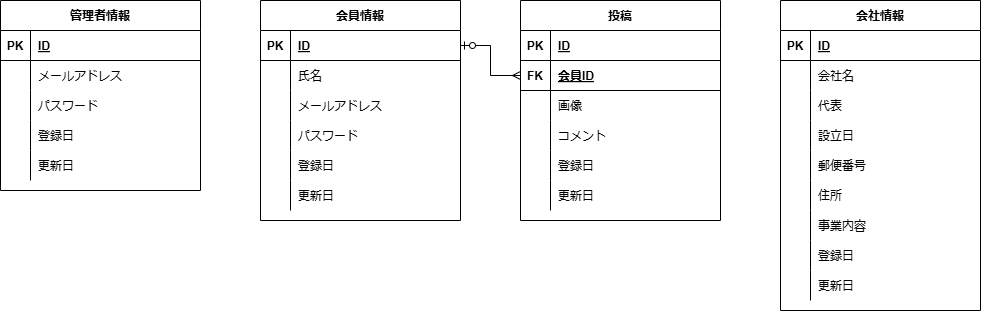
Before: TravelogER図.drawio.png, a diagram exported from draw.io (ISSEI-dot/Travelog). Source tidied: cells renumbered, new cells last; positions are measured from the earlier drawing's top-left corner, leaving out a move shared by most shapes.
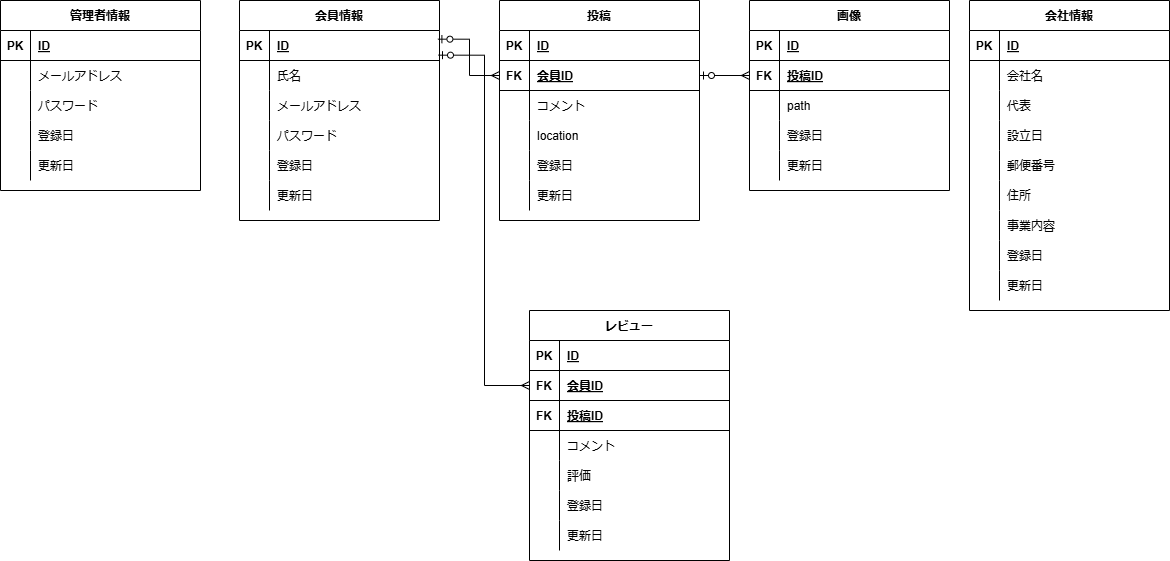
The same diagram one commit later.

Commit message:
TravelogER図.drawio.png を更新します

What changed in the source:
```diff
@@ -3,7 +3,7 @@
     <mxCell id="0" />
     <mxCell id="1" parent="0" />
     <mxCell id="2" value="管理者情報" style="shape=table;startSize=30;rowLines=0;fontStyle=1;align=center;" parent="1" vertex="1">
-      <mxGeometry width="200" height="190" as="geometry" />
+      <mxGeometry x="-9" width="200" height="190" as="geometry" />
     </mxCell>
     <mxCell id="3" style="shape=partialRectangle;fillColor=none;top=0;left=0;right=0;bottom=1;" parent="2" vertex="1">
       <mxGeometry y="30" width="200" height="30" as="geometry" />
@@ -51,7 +51,7 @@
       <mxGeometry x="30" width="170" height="30" as="geometry" />
     </mxCell>
     <mxCell id="18" value="会員情報" style="shape=table;startSize=30;rowLines=0;fontStyle=1;align=center;" parent="1" vertex="1">
-      <mxGeometry x="260" width="200" height="220" as="geometry" />
+      <mxGeometry x="230" width="200" height="220" as="geometry" />
     </mxCell>
     <mxCell id="19" style="shape=partialRectangle;fillColor=none;points=[[0,0.5],[1,0.5]];portConstraint=eastwest;top=0;left=0;right=0;bottom=1;" parent="18" vertex="1">
       <mxGeometry y="30" width="200" height="30" as="geometry" />
@@ -108,7 +108,7 @@
       <mxGeometry x="30" width="170" height="30" as="geometry" />
     </mxCell>
     <mxCell id="37" value="投稿" style="shape=table;startSize=30;rowLines=0;fontStyle=1;align=center;" parent="1" vertex="1">
-      <mxGeometry x="520" width="200" height="220" as="geometry" />
+      <mxGeometry x="490" width="200" height="220" as="geometry" />
     </mxCell>
     <mxCell id="38" style="shape=partialRectangle;fillColor=none;top=0;left=0;right=0;bottom=1;" parent="37" vertex="1">
       <mxGeometry y="30" width="200" height="30" as="geometry" />
@@ -128,17 +128,8 @@
     <mxCell id="43" value="会員ID" style="shape=partialRectangle;overflow=hidden;fillColor=none;top=0;left=0;bottom=0;right=0;align=left;spacingLeft=6;fontStyle=5;" parent="41" vertex="1">
       <mxGeometry x="30" width="170" height="30" as="geometry" />
     </mxCell>
-    <mxCell id="44" style="shape=partialRectangle;fillColor=none;top=0;left=0;right=0;bottom=0;" parent="37" vertex="1">
-      <mxGeometry y="90" width="200" height="30" as="geometry" />
-    </mxCell>
-    <mxCell id="45" style="shape=partialRectangle;overflow=hidden;fillColor=none;top=0;left=0;bottom=0;right=0;" parent="44" vertex="1">
-      <mxGeometry width="30" height="30" as="geometry" />
-    </mxCell>
-    <mxCell id="46" value="画像" style="shape=partialRectangle;overflow=hidden;fillColor=none;top=0;left=0;bottom=0;right=0;align=left;spacingLeft=6;" parent="44" vertex="1">
-      <mxGeometry x="30" width="170" height="30" as="geometry" />
-    </mxCell>
     <mxCell id="47" style="shape=partialRectangle;fillColor=none;top=0;left=0;right=0;bottom=0;" parent="37" vertex="1">
-      <mxGeometry y="120" width="200" height="30" as="geometry" />
+      <mxGeometry y="90" width="200" height="30" as="geometry" />
     </mxCell>
     <mxCell id="48" style="shape=partialRectangle;overflow=hidden;fillColor=none;top=0;left=0;bottom=0;right=0;" parent="47" vertex="1">
       <mxGeometry width="30" height="30" as="geometry" />
@@ -146,6 +137,15 @@
     <mxCell id="49" value="コメント" style="shape=partialRectangle;overflow=hidden;fillColor=none;top=0;left=0;bottom=0;right=0;align=left;spacingLeft=6;" parent="47" vertex="1">
       <mxGeometry x="30" width="170" height="30" as="geometry" />
     </mxCell>
+    <mxCell id="85" style="shape=partialRectangle;fillColor=none;top=0;left=0;right=0;bottom=0;" parent="37" vertex="1">
+      <mxGeometry y="120" width="200" height="30" as="geometry" />
+    </mxCell>
+    <mxCell id="86" style="shape=partialRectangle;overflow=hidden;fillColor=none;top=0;left=0;bottom=0;right=0;" parent="85" vertex="1">
+      <mxGeometry width="30" height="30" as="geometry" />
+    </mxCell>
+    <mxCell id="87" value="location" style="shape=partialRectangle;overflow=hidden;fillColor=none;top=0;left=0;bottom=0;right=0;align=left;spacingLeft=6;" parent="85" vertex="1">
+      <mxGeometry x="30" width="170" height="30" as="geometry" />
+    </mxCell>
     <mxCell id="50" style="shape=partialRectangle;fillColor=none;top=0;left=0;right=0;bottom=0;" parent="37" vertex="1">
       <mxGeometry y="150" width="200" height="30" as="geometry" />
     </mxCell>
@@ -165,7 +165,7 @@
       <mxGeometry x="30" width="170" height="30" as="geometry" />
     </mxCell>
     <mxCell id="56" value="会社情報" style="shape=table;startSize=30;rowLines=0;fontStyle=1;align=center;" parent="1" vertex="1">
-      <mxGeometry x="780" width="200" height="310" as="geometry" />
+      <mxGeometry x="960" width="200" height="310" as="geometry" />
     </mxCell>
     <mxCell id="57" style="shape=partialRectangle;fillColor=none;top=0;left=0;right=0;bottom=1;" parent="56" vertex="1">
       <mxGeometry y="30" width="200" height="30" as="geometry" />
@@ -248,8 +248,128 @@
     <mxCell id="83" value="更新日" style="shape=partialRectangle;overflow=hidden;fillColor=none;top=0;left=0;bottom=0;right=0;align=left;spacingLeft=6;" parent="81" vertex="1">
       <mxGeometry x="30" width="170" height="30" as="geometry" />
     </mxCell>
-    <mxCell id="84" style="edgeStyle=orthogonalEdgeStyle;rounded=0;jettySize=auto;html=1;endArrow=ERmany;endFill=0;startArrow=ERzeroToOne;startFill=0;" parent="1" edge="1" source="19" target="41">
+    <mxCell id="84" style="edgeStyle=orthogonalEdgeStyle;rounded=0;jettySize=auto;html=1;endArrow=ERmany;endFill=0;startArrow=ERzeroToOne;startFill=0;exitX=0.992;exitY=0.289;exitDx=0;exitDy=0;exitPerimeter=0;" parent="1" edge="1" source="19" target="41">
       <mxGeometry relative="1" as="geometry" />
     </mxCell>
+    <mxCell id="88" value="レビュー" style="shape=table;startSize=30;rowLines=0;fontStyle=1;align=center;" parent="1" vertex="1">
+      <mxGeometry x="520" y="310" width="200" height="250" as="geometry" />
+    </mxCell>
+    <mxCell id="89" style="shape=partialRectangle;fillColor=none;top=0;left=0;right=0;bottom=1;" parent="88" vertex="1">
+      <mxGeometry y="30" width="200" height="30" as="geometry" />
+    </mxCell>
+    <mxCell id="90" value="PK" style="shape=partialRectangle;overflow=hidden;fillColor=none;top=0;left=0;bottom=0;right=0;fontStyle=1;" parent="89" vertex="1">
+      <mxGeometry width="30" height="30" as="geometry" />
+    </mxCell>
+    <mxCell id="91" value="ID" style="shape=partialRectangle;overflow=hidden;fillColor=none;top=0;left=0;bottom=0;right=0;align=left;spacingLeft=6;fontStyle=5;" parent="89" vertex="1">
+      <mxGeometry x="30" width="170" height="30" as="geometry" />
+    </mxCell>
+    <mxCell id="92" style="shape=partialRectangle;fillColor=none;points=[[0,0.5],[1,0.5]];portConstraint=eastwest;top=0;left=0;right=0;bottom=1;" parent="88" vertex="1">
+      <mxGeometry y="60" width="200" height="30" as="geometry" />
+    </mxCell>
+    <mxCell id="93" value="FK" style="shape=partialRectangle;overflow=hidden;fillColor=none;top=0;left=0;bottom=0;right=0;fontStyle=1;" parent="92" vertex="1">
+      <mxGeometry width="30" height="30" as="geometry" />
+    </mxCell>
+    <mxCell id="94" value="会員ID" style="shape=partialRectangle;overflow=hidden;fillColor=none;top=0;left=0;bottom=0;right=0;align=left;spacingLeft=6;fontStyle=5;" parent="92" vertex="1">
+      <mxGeometry x="30" width="170" height="30" as="geometry" />
+    </mxCell>
+    <mxCell id="95" style="shape=partialRectangle;fillColor=none;top=0;left=0;right=0;bottom=1;" parent="88" vertex="1">
+      <mxGeometry y="90" width="200" height="30" as="geometry" />
+    </mxCell>
+    <mxCell id="96" value="FK" style="shape=partialRectangle;overflow=hidden;fillColor=none;top=0;left=0;bottom=0;right=0;fontStyle=1;" parent="95" vertex="1">
+      <mxGeometry width="30" height="30" as="geometry" />
+    </mxCell>
+    <mxCell id="97" value="投稿ID" style="shape=partialRectangle;overflow=hidden;fillColor=none;top=0;left=0;bottom=0;right=0;align=left;spacingLeft=6;fontStyle=5;" parent="95" vertex="1">
+      <mxGeometry x="30" width="170" height="30" as="geometry" />
+    </mxCell>
+    <mxCell id="98" style="shape=partialRectangle;fillColor=none;top=0;left=0;right=0;bottom=0;" parent="88" vertex="1">
+      <mxGeometry y="120" width="200" height="30" as="geometry" />
+    </mxCell>
+    <mxCell id="99" style="shape=partialRectangle;overflow=hidden;fillColor=none;top=0;left=0;bottom=0;right=0;" parent="98" vertex="1">
+      <mxGeometry width="30" height="30" as="geometry" />
+    </mxCell>
+    <mxCell id="100" value="コメント" style="shape=partialRectangle;overflow=hidden;fillColor=none;top=0;left=0;bottom=0;right=0;align=left;spacingLeft=6;" parent="98" vertex="1">
+      <mxGeometry x="30" width="170" height="30" as="geometry" />
+    </mxCell>
+    <mxCell id="101" style="shape=partialRectangle;fillColor=none;top=0;left=0;right=0;bottom=0;" parent="88" vertex="1">
+      <mxGeometry y="150" width="200" height="30" as="geometry" />
+    </mxCell>
+    <mxCell id="102" style="shape=partialRectangle;overflow=hidden;fillColor=none;top=0;left=0;bottom=0;right=0;" parent="101" vertex="1">
+      <mxGeometry width="30" height="30" as="geometry" />
+    </mxCell>
+    <mxCell id="103" value="評価" style="shape=partialRectangle;overflow=hidden;fillColor=none;top=0;left=0;bottom=0;right=0;align=left;spacingLeft=6;" parent="101" vertex="1">
+      <mxGeometry x="30" width="170" height="30" as="geometry" />
+    </mxCell>
+    <mxCell id="104" style="shape=partialRectangle;fillColor=none;top=0;left=0;right=0;bottom=0;" parent="88" vertex="1">
+      <mxGeometry y="180" width="200" height="30" as="geometry" />
+    </mxCell>
+    <mxCell id="105" style="shape=partialRectangle;overflow=hidden;fillColor=none;top=0;left=0;bottom=0;right=0;" parent="104" vertex="1">
+      <mxGeometry width="30" height="30" as="geometry" />
+    </mxCell>
+    <mxCell id="106" value="登録日" style="shape=partialRectangle;overflow=hidden;fillColor=none;top=0;left=0;bottom=0;right=0;align=left;spacingLeft=6;" parent="104" vertex="1">
+      <mxGeometry x="30" width="170" height="30" as="geometry" />
+    </mxCell>
+    <mxCell id="107" style="shape=partialRectangle;fillColor=none;top=0;left=0;right=0;bottom=0;" parent="88" vertex="1">
+      <mxGeometry y="210" width="200" height="30" as="geometry" />
+    </mxCell>
+    <mxCell id="108" style="shape=partialRectangle;overflow=hidden;fillColor=none;top=0;left=0;bottom=0;right=0;" parent="107" vertex="1">
+      <mxGeometry width="30" height="30" as="geometry" />
+    </mxCell>
+    <mxCell id="109" value="更新日" style="shape=partialRectangle;overflow=hidden;fillColor=none;top=0;left=0;bottom=0;right=0;align=left;spacingLeft=6;" parent="107" vertex="1">
+      <mxGeometry x="30" width="170" height="30" as="geometry" />
+    </mxCell>
+    <mxCell id="46" value="画像" style="shape=table;startSize=30;rowLines=0;fontStyle=1;align=center;" parent="1" vertex="1">
+      <mxGeometry x="740" width="200" height="190" as="geometry" />
+    </mxCell>
+    <mxCell id="110" style="shape=partialRectangle;fillColor=none;top=0;left=0;right=0;bottom=1;" parent="46" vertex="1">
+      <mxGeometry y="30" width="200" height="30" as="geometry" />
+    </mxCell>
+    <mxCell id="111" value="PK" style="shape=partialRectangle;overflow=hidden;fillColor=none;top=0;left=0;bottom=0;right=0;fontStyle=1;" parent="110" vertex="1">
+      <mxGeometry width="30" height="30" as="geometry" />
+    </mxCell>
+    <mxCell id="112" value="ID" style="shape=partialRectangle;overflow=hidden;fillColor=none;top=0;left=0;bottom=0;right=0;align=left;spacingLeft=6;fontStyle=5;" parent="110" vertex="1">
+      <mxGeometry x="30" width="170" height="30" as="geometry" />
+    </mxCell>
+    <mxCell id="113" style="shape=partialRectangle;fillColor=none;points=[[0,0.5],[1,0.5]];portConstraint=eastwest;top=0;left=0;right=0;bottom=1;" parent="46" vertex="1">
+      <mxGeometry y="60" width="200" height="30" as="geometry" />
+    </mxCell>
+    <mxCell id="114" value="FK" style="shape=partialRectangle;overflow=hidden;fillColor=none;top=0;left=0;bottom=0;right=0;fontStyle=1;" parent="113" vertex="1">
+      <mxGeometry width="30" height="30" as="geometry" />
+    </mxCell>
+    <mxCell id="115" value="投稿ID" style="shape=partialRectangle;overflow=hidden;fillColor=none;top=0;left=0;bottom=0;right=0;align=left;spacingLeft=6;fontStyle=5;" parent="113" vertex="1">
+      <mxGeometry x="30" width="170" height="30" as="geometry" />
+    </mxCell>
+    <mxCell id="44" style="shape=partialRectangle;fillColor=none;top=0;left=0;right=0;bottom=0;" parent="46" vertex="1">
+      <mxGeometry y="90" width="200" height="30" as="geometry" />
+    </mxCell>
+    <mxCell id="116" style="shape=partialRectangle;overflow=hidden;fillColor=none;top=0;left=0;bottom=0;right=0;" parent="44" vertex="1">
+      <mxGeometry width="30" height="30" as="geometry" />
+    </mxCell>
+    <mxCell id="117" value="path" style="shape=partialRectangle;overflow=hidden;fillColor=none;top=0;left=0;bottom=0;right=0;align=left;spacingLeft=6;" parent="44" vertex="1">
+      <mxGeometry x="30" width="170" height="30" as="geometry" />
+    </mxCell>
+    <mxCell id="118" style="shape=partialRectangle;fillColor=none;top=0;left=0;right=0;bottom=0;" parent="46" vertex="1">
+      <mxGeometry y="120" width="200" height="30" as="geometry" />
+    </mxCell>
+    <mxCell id="119" style="shape=partialRectangle;overflow=hidden;fillColor=none;top=0;left=0;bottom=0;right=0;" parent="118" vertex="1">
+      <mxGeometry width="30" height="30" as="geometry" />
+    </mxCell>
+    <mxCell id="120" value="登録日" style="shape=partialRectangle;overflow=hidden;fillColor=none;top=0;left=0;bottom=0;right=0;align=left;spacingLeft=6;" parent="118" vertex="1">
+      <mxGeometry x="30" width="170" height="30" as="geometry" />
+    </mxCell>
+    <mxCell id="121" style="shape=partialRectangle;fillColor=none;top=0;left=0;right=0;bottom=0;" parent="46" vertex="1">
+      <mxGeometry y="150" width="200" height="30" as="geometry" />
+    </mxCell>
+    <mxCell id="122" style="shape=partialRectangle;overflow=hidden;fillColor=none;top=0;left=0;bottom=0;right=0;" parent="121" vertex="1">
+      <mxGeometry width="30" height="30" as="geometry" />
+    </mxCell>
+    <mxCell id="123" value="更新日" style="shape=partialRectangle;overflow=hidden;fillColor=none;top=0;left=0;bottom=0;right=0;align=left;spacingLeft=6;" parent="121" vertex="1">
+      <mxGeometry x="30" width="170" height="30" as="geometry" />
+    </mxCell>
+    <mxCell id="124" style="edgeStyle=orthogonalEdgeStyle;rounded=0;jettySize=auto;html=1;endArrow=ERmany;endFill=0;startArrow=ERzeroToOne;startFill=0;exitX=0.995;exitY=0.822;exitDx=0;exitDy=0;exitPerimeter=0;entryX=0;entryY=0.5;entryDx=0;entryDy=0;" parent="1" edge="1" source="19" target="92">
+      <mxGeometry relative="1" as="geometry" />
+    </mxCell>
+    <mxCell id="125" style="edgeStyle=orthogonalEdgeStyle;rounded=0;jettySize=auto;html=1;endArrow=ERmany;endFill=0;startArrow=ERzeroToOne;startFill=0;exitX=1;exitY=0.5;exitDx=0;exitDy=0;entryX=0;entryY=0.5;entryDx=0;entryDy=0;" parent="1" edge="1" source="41" target="113">
+      <mxGeometry relative="1" as="geometry" />
+    </mxCell>
   </root>
 </mxGraphModel>
```
